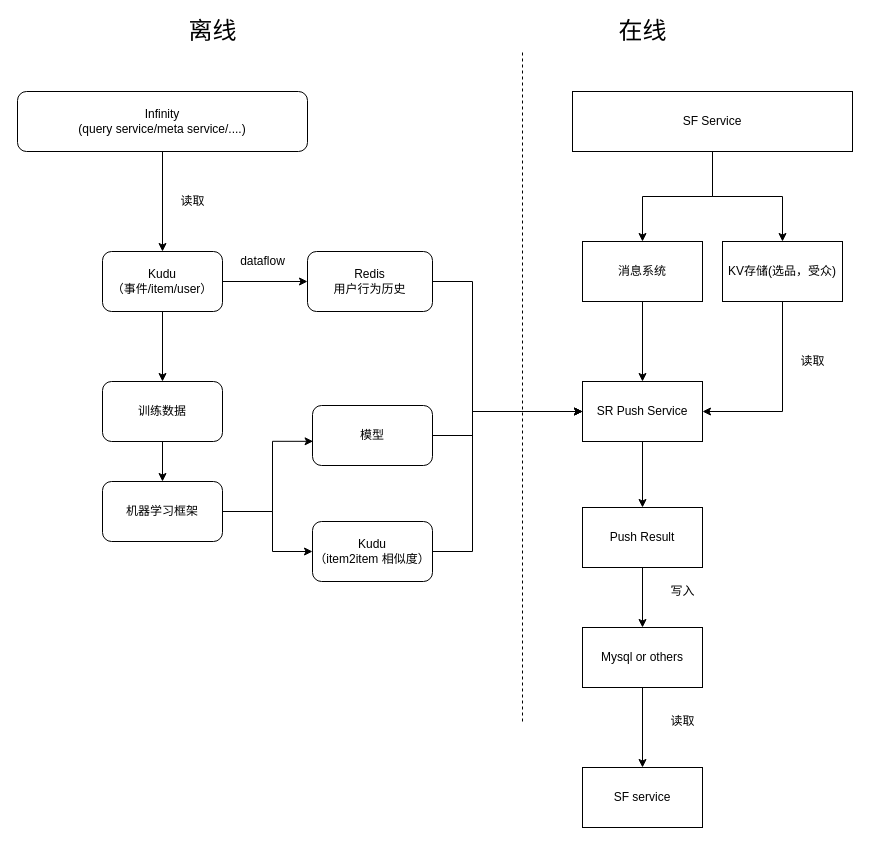
The draw.io diagram Untitled Diagram.drawio in hongtsingwang/autoxuexi, before the edit. Source tidied: cells renumbered, new cells numbered last; positions are measured from the earlier drawing's top-left corner, leaving out a move shared by most shapes. Both pictures are drawn from the tidied source at 100%, with x=0, y=0 at pixel (17, 21).
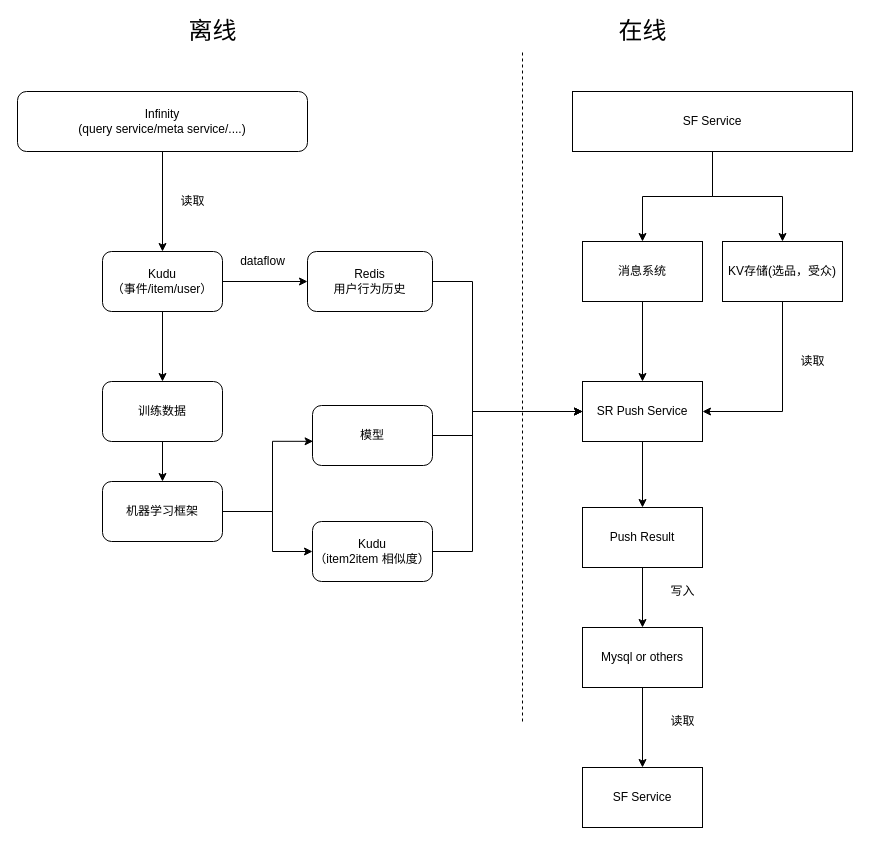
The same diagram, later.

What changed in the source:
```diff
@@
-    <mxCell id="37" value="SF service" style="whiteSpace=wrap;html=1;rounded=0;" parent="1" vertex="1">
+    <mxCell id="37" value="SF Service" style="whiteSpace=wrap;html=1;rounded=0;" parent="1" vertex="1">
       <mxGeometry x="565" y="746" width="120" height="60" as="geometry" />
     </mxCell>
```
